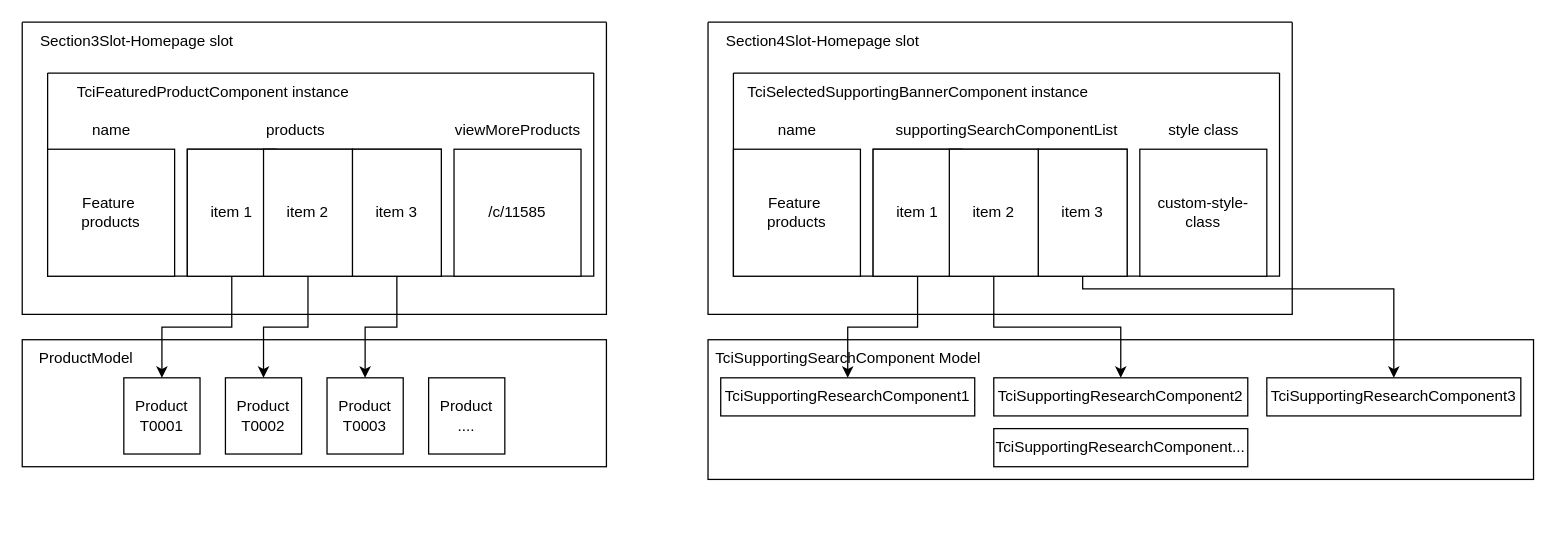
Earlier version of the draw.io diagram diagrams/DrawTemp.drawio (pinestran/transferfiles). Source tidied: cells renumbered, new cells numbered last; positions are measured from the earlier drawing's top-left corner, leaving out a move shared by most shapes. Both pictures are drawn from the tidied source at 127%, with x=0, y=0 at pixel (22, 22).
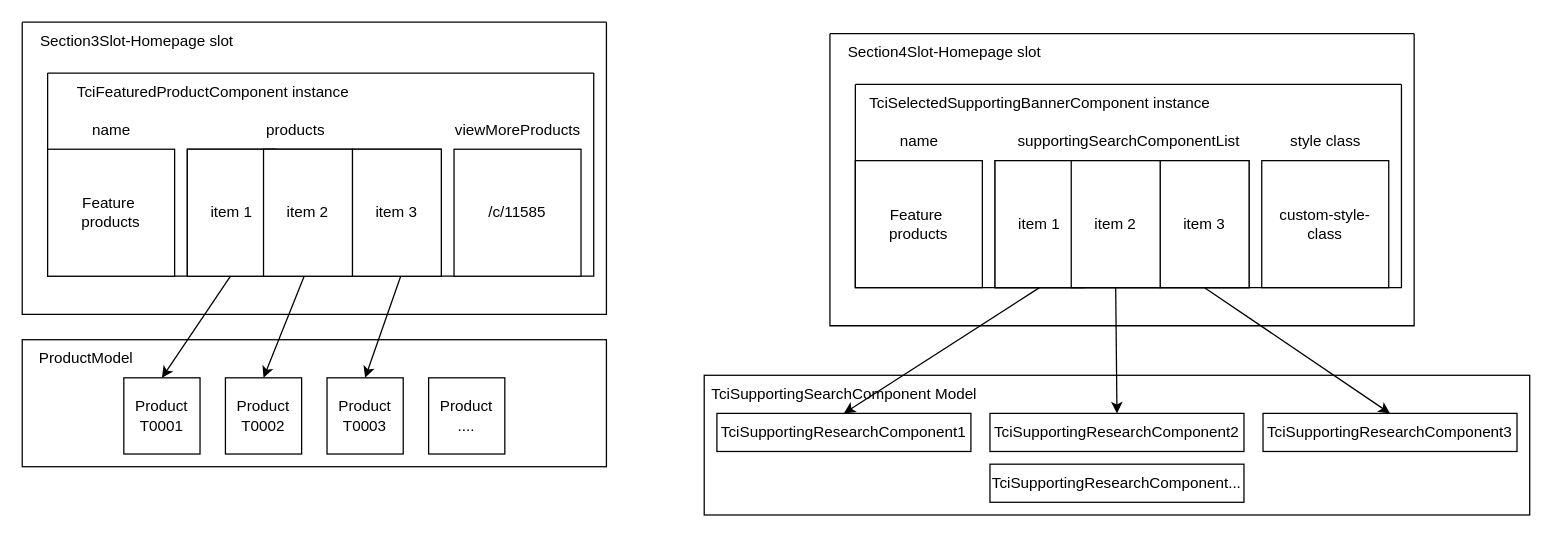
The same page after the edit.

Unchanged cells that the change refers to:
```xml
<mxCell id="10" value="item 1" style="rounded=0;whiteSpace=wrap;html=1;" parent="5" vertex="1">
  <mxGeometry x="110" y="60" width="70" height="100" as="geometry" />
</mxCell>
<mxCell id="11" value="item 3" style="rounded=0;whiteSpace=wrap;html=1;" parent="5" vertex="1">
  <mxGeometry x="240" y="60" width="70" height="100" as="geometry" />
</mxCell>
<mxCell id="12" value="item 2" style="rounded=0;whiteSpace=wrap;html=1;" parent="5" vertex="1">
  <mxGeometry x="170" y="60" width="70" height="100" as="geometry" />
</mxCell>
<mxCell id="16" value="Product&lt;br&gt;T0001" style="whiteSpace=wrap;html=1;" parent="1" vertex="1">
  <mxGeometry x="80" y="280" width="60" height="60" as="geometry" />
</mxCell>
<mxCell id="18" value="Product&lt;br&gt;T0002" style="whiteSpace=wrap;html=1;" parent="1" vertex="1">
  <mxGeometry x="160" y="280" width="60" height="60" as="geometry" />
</mxCell>
<mxCell id="19" value="Product&lt;br&gt;T0003" style="whiteSpace=wrap;html=1;" parent="1" vertex="1">
  <mxGeometry x="240" y="280" width="60" height="60" as="geometry" />
</mxCell>
<mxCell id="32" value="item 1" style="rounded=0;whiteSpace=wrap;html=1;" parent="27" vertex="1">
  <mxGeometry x="110" y="60" width="70" height="100" as="geometry" />
</mxCell>
<mxCell id="33" value="item 3" style="rounded=0;whiteSpace=wrap;html=1;" parent="27" vertex="1">
  <mxGeometry x="240" y="60" width="70" height="100" as="geometry" />
</mxCell>
<mxCell id="34" value="item 2" style="rounded=0;whiteSpace=wrap;html=1;" parent="27" vertex="1">
  <mxGeometry x="170" y="60" width="70" height="100" as="geometry" />
</mxCell>
```

The edit, as a diff of the source:
```diff
@@
-    <mxCell id="21" style="edgeStyle=orthogonalEdgeStyle;rounded=0;jettySize=auto;html=1;entryX=0.5;entryY=0;entryDx=0;entryDy=0;" parent="1" edge="1" source="11" target="19">
-      <mxGeometry relative="1" as="geometry" />
-    </mxCell>
-    <mxCell id="22" style="edgeStyle=orthogonalEdgeStyle;rounded=0;jettySize=auto;html=1;entryX=0.5;entryY=0;entryDx=0;entryDy=0;" parent="1" edge="1" source="12" target="18">
-      <mxGeometry relative="1" as="geometry" />
-    </mxCell>
-    <mxCell id="23" style="edgeStyle=orthogonalEdgeStyle;rounded=0;jettySize=auto;html=1;" parent="1" edge="1" source="10" target="16">
-      <mxGeometry relative="1" as="geometry" />
-    </mxCell>
     <mxCell id="24" style="rounded=0;whiteSpace=wrap;html=1;" parent="1" vertex="1">
-      <mxGeometry x="540" y="250" width="650" height="110" as="geometry" />
+      <mxGeometry x="537" y="278" width="650" height="110" as="geometry" />
     </mxCell>
     <mxCell id="25" style="swimlane;startSize=0;" parent="1" vertex="1">
-      <mxGeometry x="540" width="460" height="230" as="geometry" />
+      <mxGeometry x="636" y="9" width="460" height="230" as="geometry" />
     </mxCell>
@@
     <mxCell id="38" value="TciSupportingSearchComponent Model" style="text;html=1;align=center;verticalAlign=middle;strokeColor=none;fillColor=none;" parent="1" vertex="1">
-      <mxGeometry x="535" y="250" width="230" height="30" as="geometry" />
+      <mxGeometry x="532" y="278" width="230" height="30" as="geometry" />
     </mxCell>
     <mxCell id="39" value="TciSupportingResearchComponent1" style="rounded=0;whiteSpace=wrap;html=1;" parent="1" vertex="1">
-      <mxGeometry x="550" y="280" width="200" height="30" as="geometry" />
+      <mxGeometry x="547" y="308" width="200" height="30" as="geometry" />
     </mxCell>
     <mxCell id="40" value="TciSupportingResearchComponent2" style="rounded=0;whiteSpace=wrap;html=1;" parent="1" vertex="1">
-      <mxGeometry x="765" y="280" width="200" height="30" as="geometry" />
+      <mxGeometry x="762" y="308" width="200" height="30" as="geometry" />
     </mxCell>
     <mxCell id="41" value="TciSupportingResearchComponent3" style="rounded=0;whiteSpace=wrap;html=1;" parent="1" vertex="1">
-      <mxGeometry x="980" y="280" width="200" height="30" as="geometry" />
+      <mxGeometry x="977" y="308" width="200" height="30" as="geometry" />
     </mxCell>
     <mxCell id="42" value="TciSupportingResearchComponent..." style="rounded=0;whiteSpace=wrap;html=1;" parent="1" vertex="1">
-      <mxGeometry x="765" y="320" width="200" height="30" as="geometry" />
+      <mxGeometry x="762" y="348" width="200" height="30" as="geometry" />
     </mxCell>
-    <mxCell id="43" style="edgeStyle=orthogonalEdgeStyle;rounded=0;jettySize=auto;html=1;entryX=0.5;entryY=0;entryDx=0;entryDy=0;" parent="1" edge="1" source="33" target="41">
-      <mxGeometry relative="1" as="geometry">
-        <Array as="points">
-          <mxPoint x="835" y="210" />
-          <mxPoint x="1080" y="210" />
-        </Array>
-      </mxGeometry>
+    <mxCell id="43" style="endArrow=classic;html=1;rounded=0;entryX=0.5;entryY=0;entryDx=0;entryDy=0;exitX=0.5;exitY=1;exitDx=0;exitDy=0;" parent="1" edge="1" source="33" target="41">
+      <mxGeometry relative="1" as="geometry" />
     </mxCell>
-    <mxCell id="44" style="edgeStyle=orthogonalEdgeStyle;rounded=0;jettySize=auto;html=1;" parent="1" edge="1" source="34" target="40">
+    <mxCell id="44" style="endArrow=classic;html=1;rounded=0;entryX=0.5;entryY=0;entryDx=0;entryDy=0;exitX=0.5;exitY=1;exitDx=0;exitDy=0;" parent="1" edge="1" source="34" target="40">
       <mxGeometry relative="1" as="geometry" />
     </mxCell>
-    <mxCell id="45" style="edgeStyle=orthogonalEdgeStyle;rounded=0;jettySize=auto;html=1;" parent="1" edge="1" source="32" target="39">
+    <mxCell id="45" style="endArrow=classic;html=1;rounded=0;entryX=0.5;entryY=0;entryDx=0;entryDy=0;exitX=0.5;exitY=1;exitDx=0;exitDy=0;" parent="1" edge="1" source="32" target="39">
       <mxGeometry relative="1" as="geometry" />
     </mxCell>
+    <mxCell id="46" style="endArrow=classic;html=1;rounded=0;entryX=0.5;entryY=0;entryDx=0;entryDy=0;exitX=0.5;exitY=1;exitDx=0;exitDy=0;" parent="1" edge="1" target="18">
+      <mxGeometry relative="1" as="geometry">
+        <mxPoint x="222" y="200" as="sourcePoint" />
+      </mxGeometry>
+    </mxCell>
+    <mxCell id="47" style="endArrow=classic;html=1;rounded=0;entryX=0.5;entryY=0;entryDx=0;entryDy=0;exitX=0.5;exitY=1;exitDx=0;exitDy=0;" parent="1" edge="1" target="19">
+      <mxGeometry relative="1" as="geometry">
+        <mxPoint x="298" y="200" as="sourcePoint" />
+      </mxGeometry>
+    </mxCell>
+    <mxCell id="48" style="endArrow=classic;html=1;rounded=0;entryX=0.5;entryY=0;entryDx=0;entryDy=0;exitX=0.5;exitY=1;exitDx=0;exitDy=0;" parent="1" edge="1" target="16">
+      <mxGeometry relative="1" as="geometry">
+        <mxPoint x="164" y="200" as="sourcePoint" />
+      </mxGeometry>
+    </mxCell>
```
